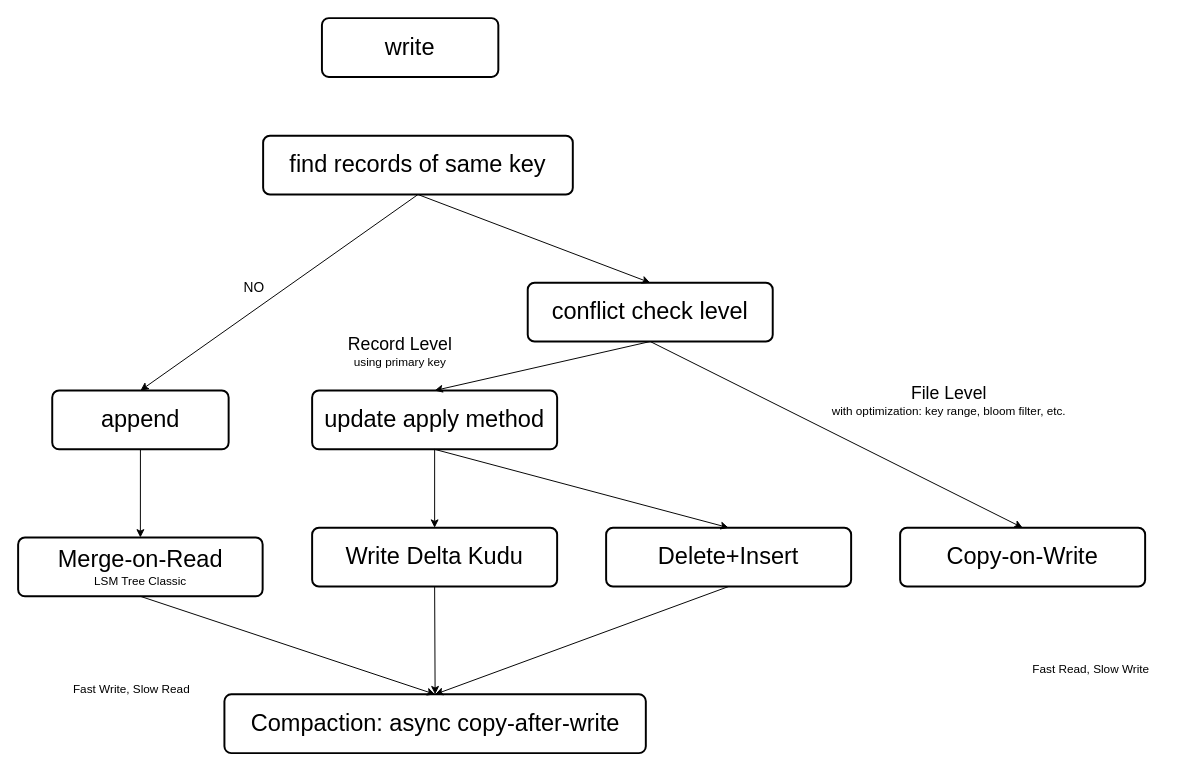
This is page "更新流程" (1 of 3) of database/Doris/Storage.drawio from gohalo/mind, a draw.io file, before an edit. Source tidied: cells renumbered, new cells numbered last; positions are measured from the earlier drawing's top-left corner, leaving out a move shared by most shapes. Both pictures are drawn from the tidied source at 98%, with x=0, y=0 at pixel (18, 18).
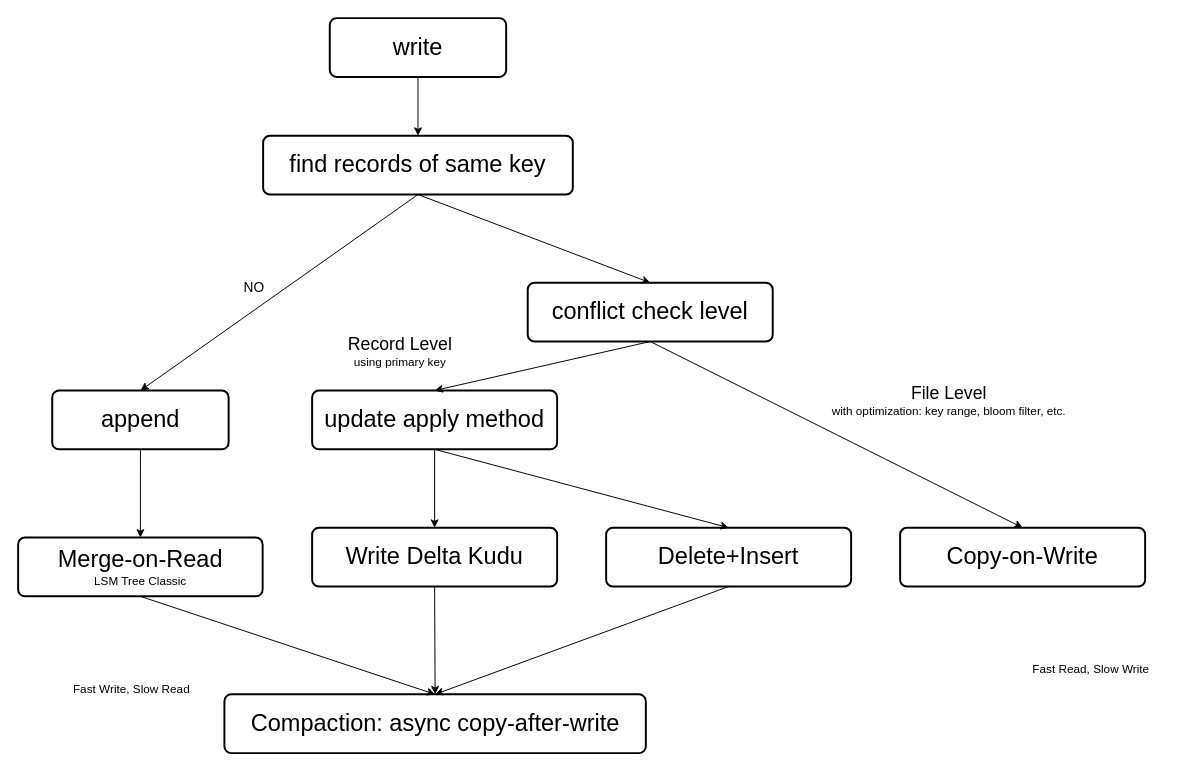
The same page after the edit.

The change refers to these unchanged cells:
```xml
<mxCell id="8" value="&lt;font style=&quot;&quot;&gt;&lt;font style=&quot;font-size: 24px;&quot;&gt;find records of same key&lt;/font&gt;&lt;br&gt;&lt;/font&gt;" style="rounded=1;whiteSpace=wrap;html=1;absoluteArcSize=1;arcSize=14;strokeWidth=2;" parent="1" vertex="1">
  <mxGeometry x="250" y="120" width="316" height="60" as="geometry" />
</mxCell>
```

Diff of the diagram source:
```diff
@@
     <mxCell id="2" value="&lt;font style=&quot;&quot;&gt;&lt;span style=&quot;font-size: 24px;&quot;&gt;write&lt;/span&gt;&lt;br&gt;&lt;/font&gt;" style="rounded=1;whiteSpace=wrap;html=1;absoluteArcSize=1;arcSize=14;strokeWidth=2;" parent="1" vertex="1">
-      <mxGeometry x="310" width="180" height="60" as="geometry" />
+      <mxGeometry x="318" width="180" height="60" as="geometry" />
     </mxCell>
@@
+    <mxCell id="27" style="endArrow=classic;html=1;rounded=0;exitX=0.5;exitY=1;exitDx=0;exitDy=0;entryX=0.5;entryY=0;entryDx=0;entryDy=0;" parent="1" edge="1" source="2" target="8">
+      <mxGeometry relative="1" as="geometry" />
+    </mxCell>
```
